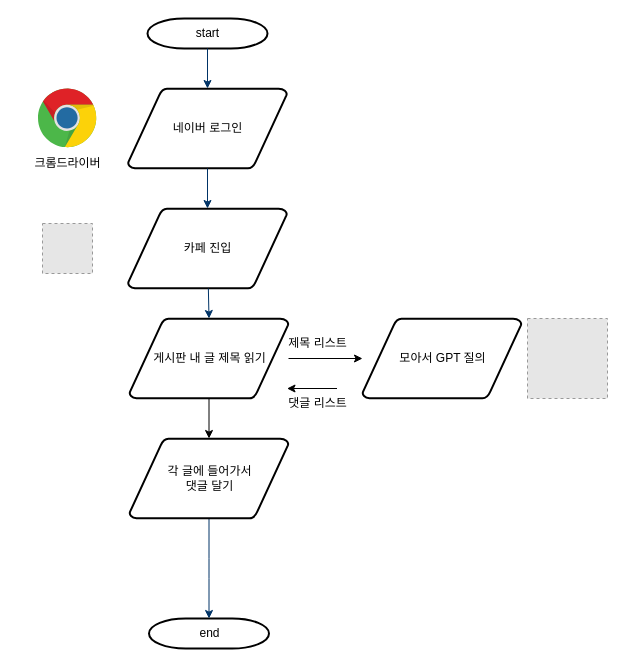
Before: page "Page-1" (1 of 2) of 카페댓글자동화.drawio in dhdnjswnd/n_cafe_comment_automation, a draw.io diagram. Source tidied: cells renumbered, new cells numbered last; positions are measured from the earlier drawing's top-left corner, leaving out a move shared by most shapes. Both pictures are drawn from the tidied source at 100%, with x=0, y=0 at pixel (17, 18). Pictures stored in the file or linked from it are replaced by grey dashed boxes.
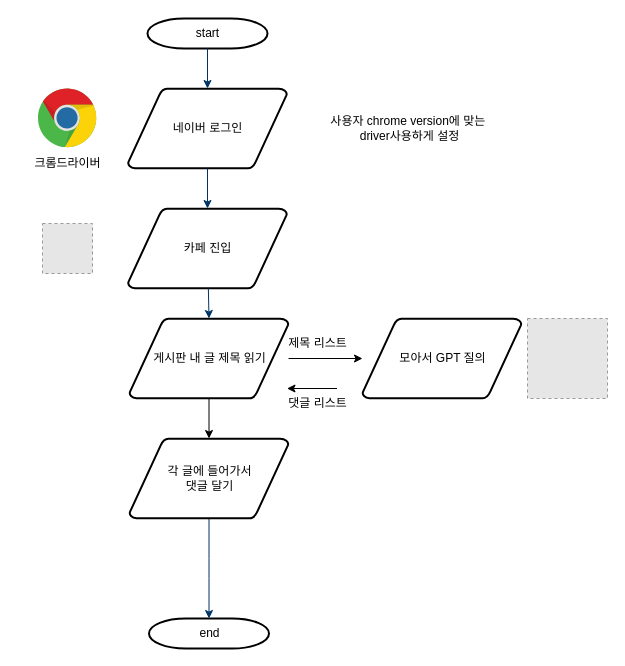
The same diagram, later.

Commit message:
#6 draw.io추가

What changed in the source:
```diff
@@
+    <mxCell id="23" value="사용자 chrome version에 맞는&amp;nbsp;&lt;br&gt;driver사용하게 설정" style="text;html=1;align=center;verticalAlign=middle;strokeColor=none;fillColor=none;" parent="1" vertex="1">
+      <mxGeometry x="301" y="89.5" width="182" height="41" as="geometry" />
+    </mxCell>
```
